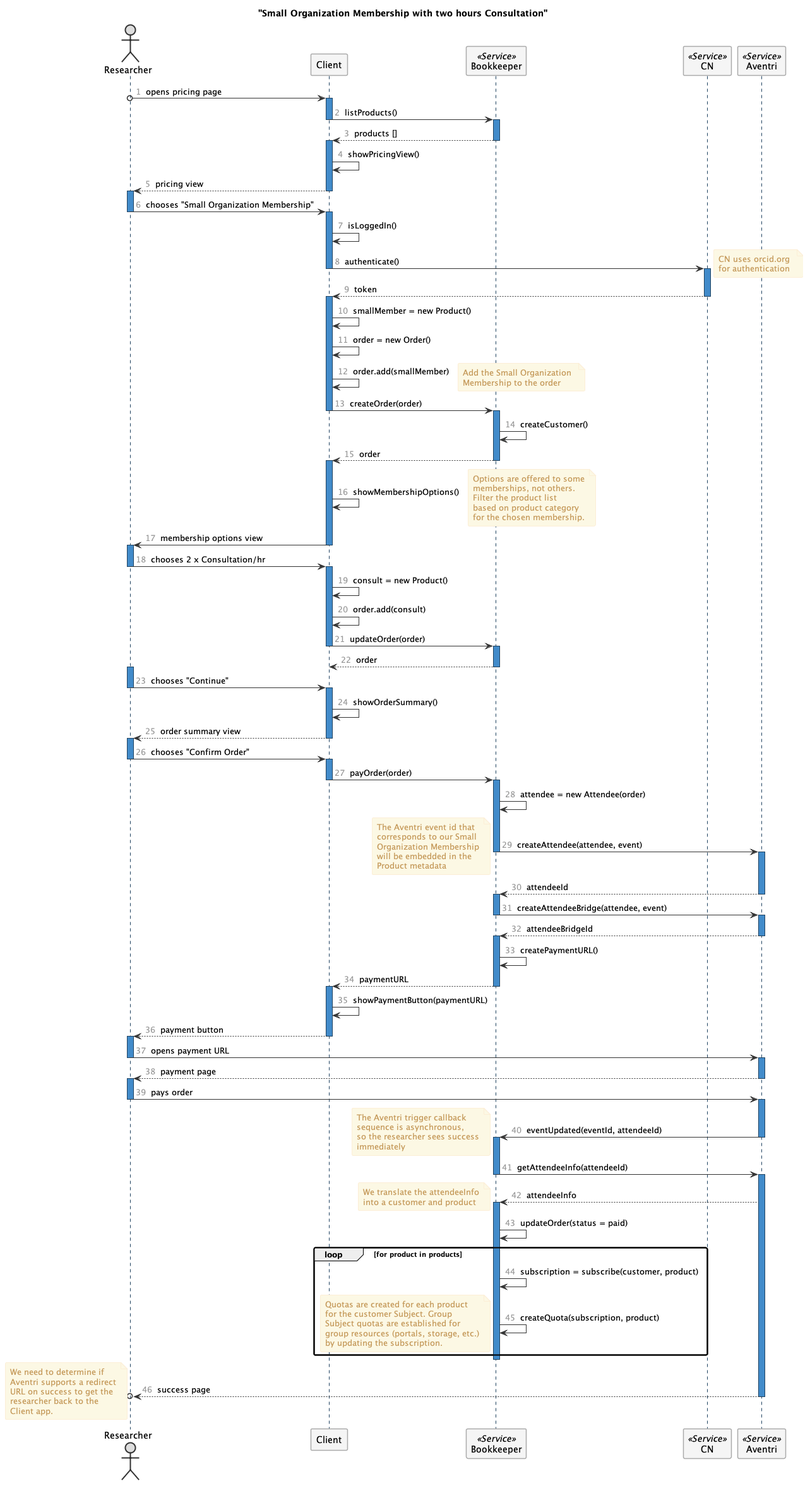
Earlier version of the PlantUML export images/create-order.png (csjx/d1-membership-plan-mgmt).
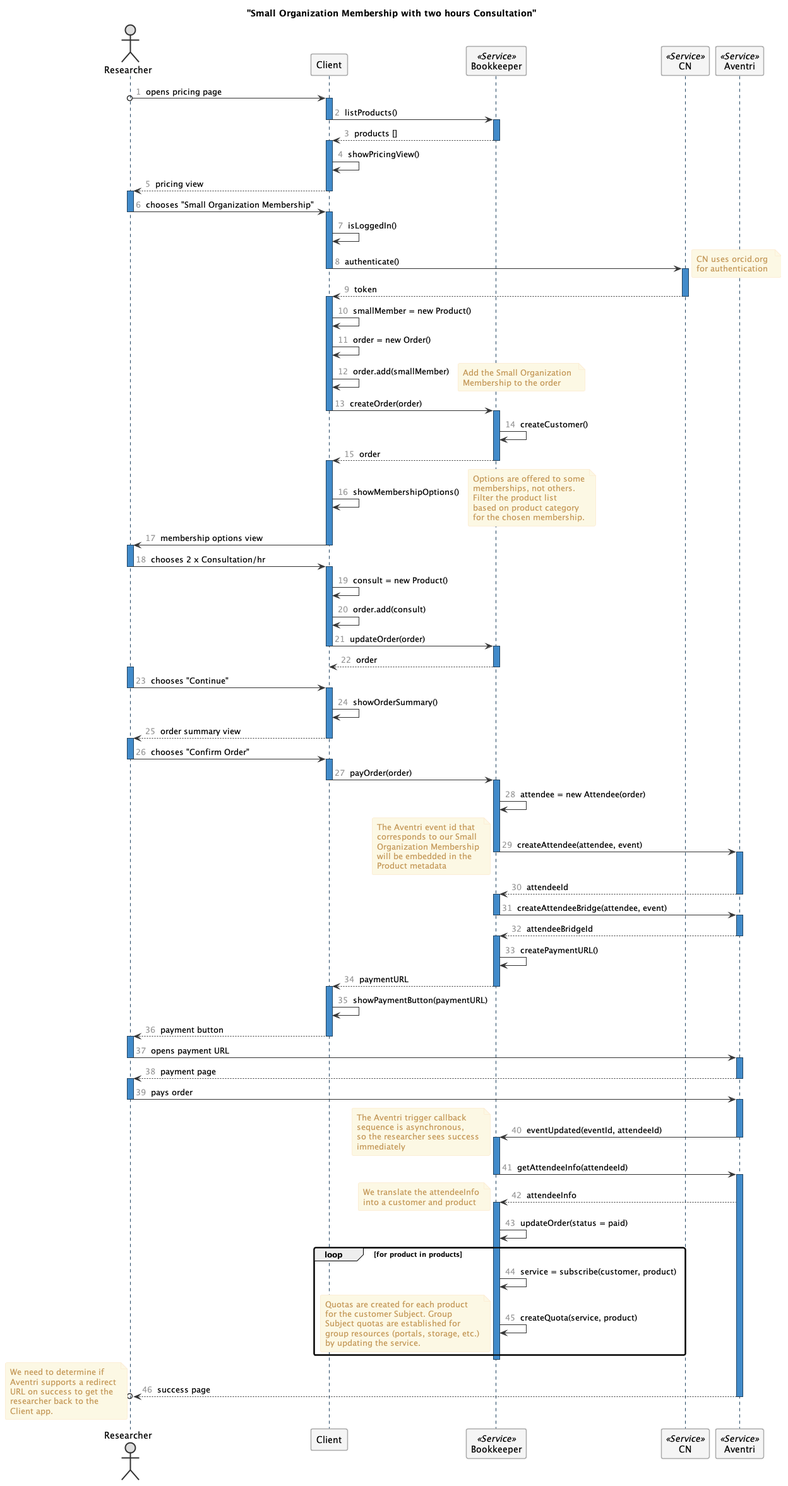
Later version of the same file.

Change to the diagram source:
```diff
@@ -202,14 +202,14 @@
     activate Bookkeeper
         Bookkeeper -> Bookkeeper : updateOrder(status = paid)
         loop for product in products
-            Bookkeeper -> Bookkeeper : subscription = subscribe(customer, product)
-            Bookkeeper -> Bookkeeper : createQuota(subscription, product)
+            Bookkeeper -> Bookkeeper : service = subscribe(customer, product)
+            Bookkeeper -> Bookkeeper : createQuota(service, product)
             note left
                 Quotas are created for each product
                 for the customer Subject. Group
                 Subject quotas are established for
                 group resources (portals, storage, etc.)
-                by updating the subscription.
+                by updating the service.
             end note
         end
     deactivate Bookkeeper
```
